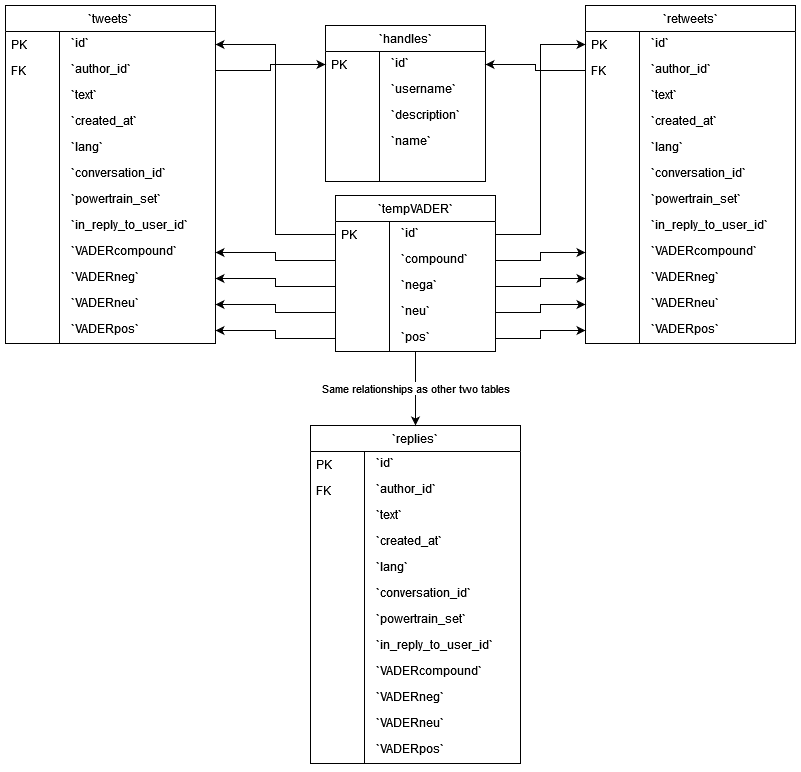
This is images/iteration3/database-Page-2.drawio.png from agarcia169/4306-Donaldson-Project, a draw.io export, as it was before one commit. Source tidied: cells renumbered, new cells last; positions are measured from the earlier drawing's top-left corner, leaving out a move shared by most shapes.
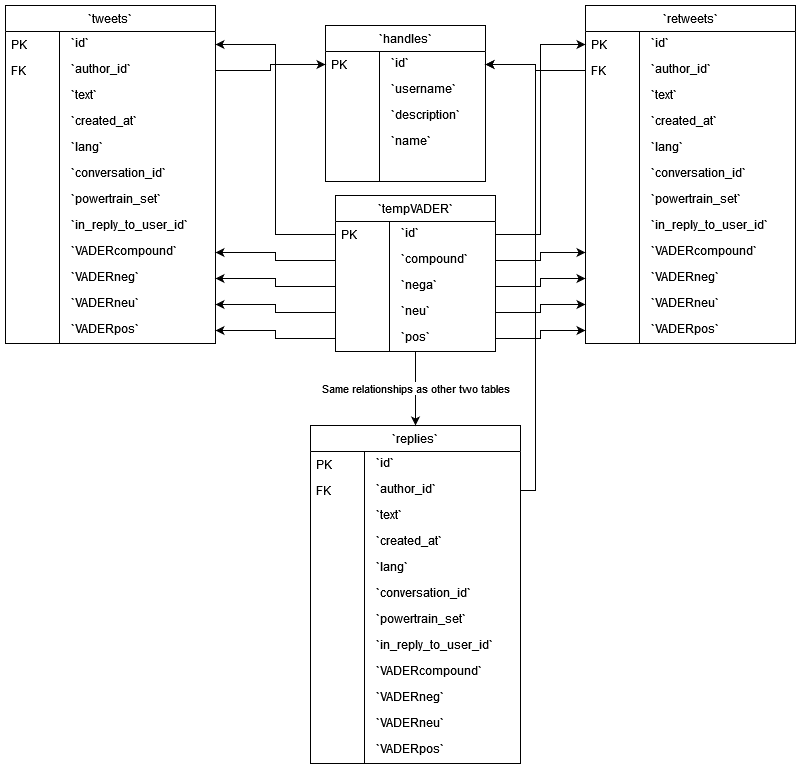
Above is the later version.

Change to the diagram source:
```diff
@@ -336,5 +336,13 @@
     <mxCell id="111" style="edgeStyle=orthogonalEdgeStyle;rounded=0;jettySize=auto;html=1;" parent="1" edge="1" source="67" target="3">
       <mxGeometry relative="1" as="geometry" />
     </mxCell>
+    <mxCell id="112" style="edgeStyle=orthogonalEdgeStyle;rounded=0;jettySize=auto;html=1;" parent="1" edge="1" source="42" target="3">
+      <mxGeometry relative="1" as="geometry">
+        <Array as="points">
+          <mxPoint x="530" y="485" />
+          <mxPoint x="530" y="59" />
+        </Array>
+      </mxGeometry>
+    </mxCell>
   </root>
 </mxGraphModel>
```
